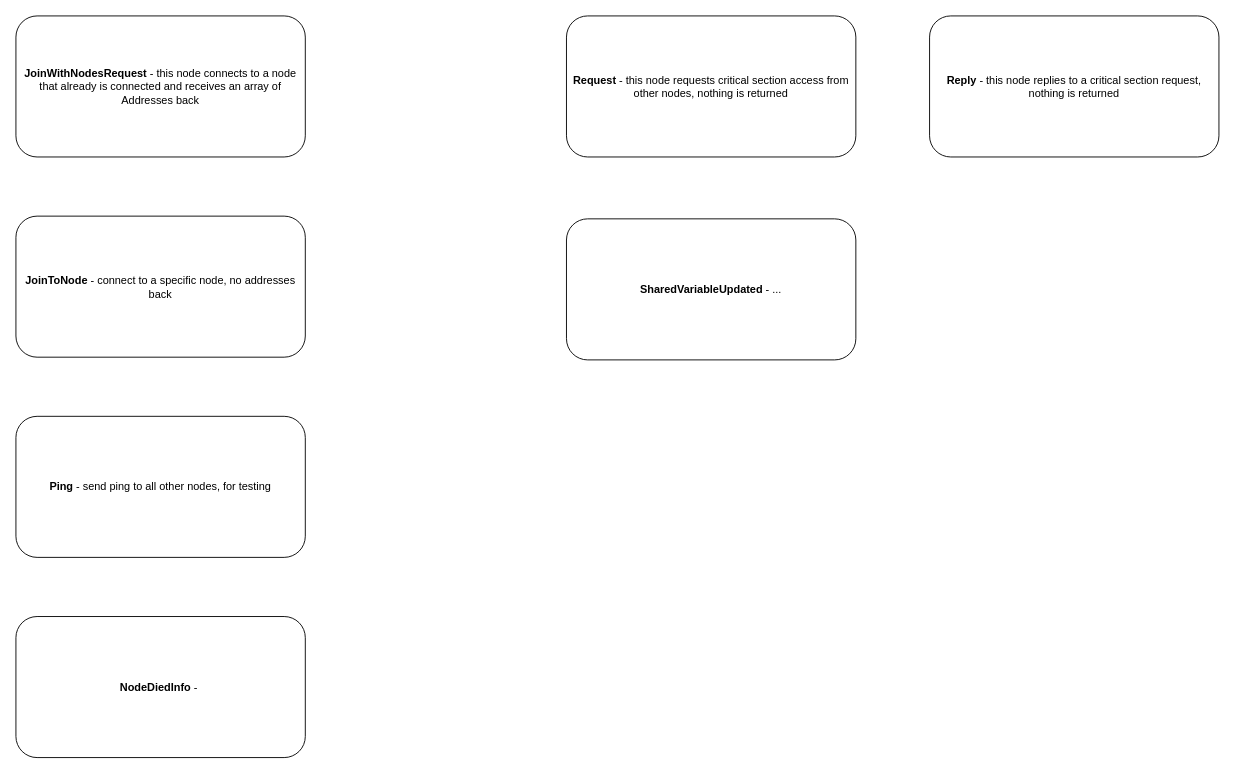
Earlier version of the draw.io diagram page "GRPC Procedures" (3 of 3) of docs/Untitled Diagram.drawio (jakubjanak2004/carvalho-roucairol). Source tidied: cells renumbered, new cells numbered last; positions are measured from the earlier drawing's top-left corner, leaving out a move shared by most shapes. Both pictures are drawn from the tidied source at 91%, with x=0, y=0 at pixel (15, 15).
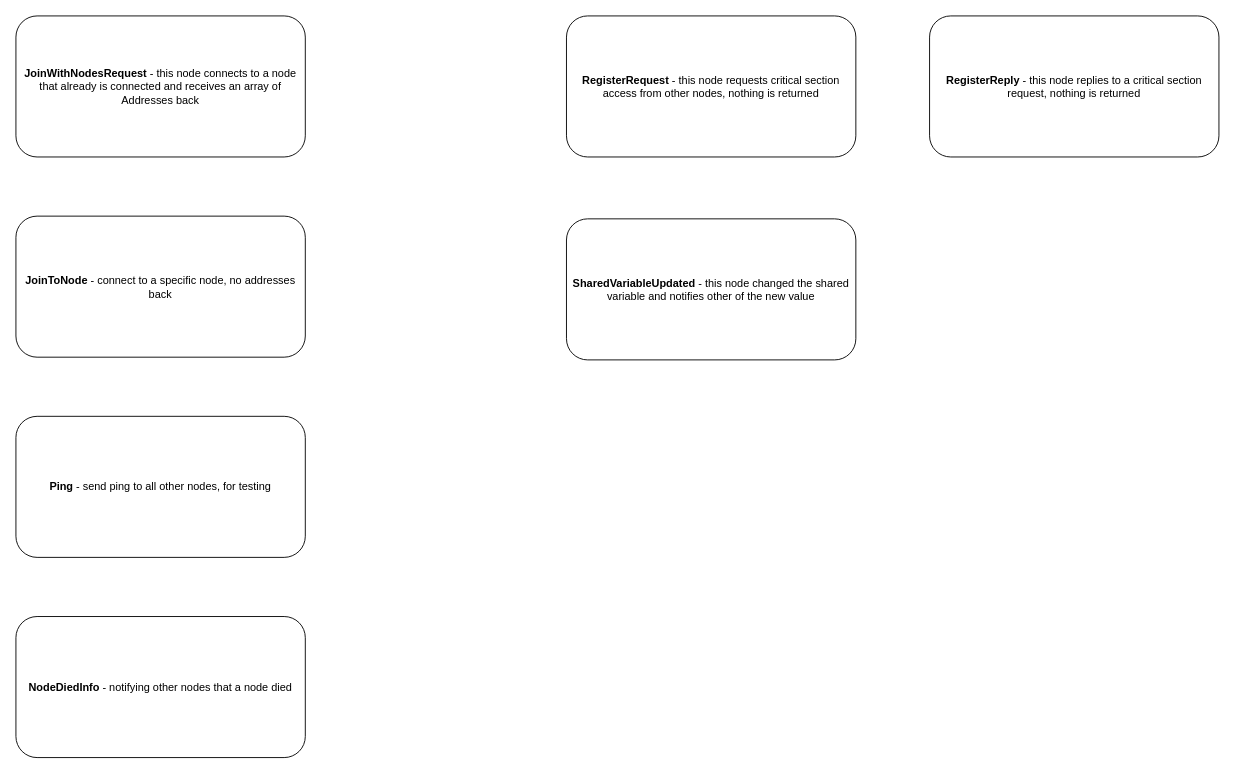
The same page after the edit.

Change to the diagram source:
```diff
@@
 <mxGraphModel>
   <root>
     <mxCell id="0" />
     <mxCell id="1" parent="0" />
     <mxCell id="2" value="&lt;b&gt;JoinWithNodesRequest&lt;/b&gt;&amp;nbsp;- this node connects to a node that already is connected and receives an array of Addresses back" style="rounded=1;whiteSpace=wrap;html=1;" parent="1" vertex="1">
       <mxGeometry width="318" height="155" as="geometry" />
     </mxCell>
-    <mxCell id="3" value="&lt;b&gt;Request&lt;/b&gt;&amp;nbsp;- this node requests critical section access from other nodes, nothing is returned" style="rounded=1;whiteSpace=wrap;html=1;" parent="1" vertex="1">
+    <mxCell id="3" value="&lt;b&gt;RegisterRequest&lt;/b&gt;&amp;nbsp;- this node requests critical section access from other nodes, nothing is returned" style="rounded=1;whiteSpace=wrap;html=1;" parent="1" vertex="1">
       <mxGeometry x="605" width="318" height="155" as="geometry" />
     </mxCell>
-    <mxCell id="4" value="&lt;b&gt;Reply&lt;/b&gt; - this node replies to a critical section request, nothing is returned" style="rounded=1;whiteSpace=wrap;html=1;" parent="1" vertex="1">
+    <mxCell id="4" value="&lt;b&gt;RegisterReply&lt;/b&gt; - this node replies to a critical section request, nothing is returned" style="rounded=1;whiteSpace=wrap;html=1;" parent="1" vertex="1">
       <mxGeometry x="1004" width="318" height="155" as="geometry" />
     </mxCell>
-    <mxCell id="5" value="&lt;b&gt;SharedVariableUpdated&amp;nbsp;&lt;/b&gt;- ..." style="rounded=1;whiteSpace=wrap;html=1;" parent="1" vertex="1">
+    <mxCell id="5" value="&lt;b&gt;SharedVariableUpdated&amp;nbsp;&lt;/b&gt;- this node changed the shared variable and notifies other of the new value" style="rounded=1;whiteSpace=wrap;html=1;" parent="1" vertex="1">
       <mxGeometry x="605" y="223" width="318" height="155" as="geometry" />
     </mxCell>
     <mxCell id="6" value="&lt;b&gt;JoinToNode&lt;/b&gt;&amp;nbsp;- connect to a specific node, no addresses back" style="rounded=1;whiteSpace=wrap;html=1;" parent="1" vertex="1">
       <mxGeometry y="220" width="318" height="155" as="geometry" />
     </mxCell>
     <mxCell id="7" value="&lt;b&gt;Ping&lt;/b&gt;&amp;nbsp;- send ping to all other nodes, for testing" style="rounded=1;whiteSpace=wrap;html=1;" parent="1" vertex="1">
       <mxGeometry y="440" width="318" height="155" as="geometry" />
     </mxCell>
-    <mxCell id="8" value="&lt;b&gt;NodeDiedInfo&lt;/b&gt;&amp;nbsp;-&amp;nbsp;" style="rounded=1;whiteSpace=wrap;html=1;" parent="1" vertex="1">
+    <mxCell id="8" value="&lt;b&gt;NodeDiedInfo&lt;/b&gt;&amp;nbsp;- notifying other nodes that a node died" style="rounded=1;whiteSpace=wrap;html=1;" parent="1" vertex="1">
       <mxGeometry y="660" width="318" height="155" as="geometry" />
     </mxCell>
   </root>
 </mxGraphModel>
```
